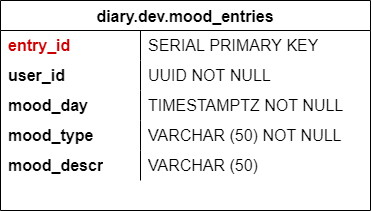
Earlier version of the draw.io export docs/db.png (mindtastic/mood-diary). Source tidied: cells renumbered, new cells last; positions are measured from the earlier drawing's top-left corner, leaving out a move shared by most shapes. Source of this version:
```xml
<mxGraphModel>
  <root>
    <mxCell id="0" />
    <mxCell id="1" parent="0" />
    <mxCell id="2" value="diary.dev.mood_entries" style="shape=table;startSize=30;rowLines=0;fontStyle=1;fontSize=16;fontColor=#000000;" parent="1" vertex="1">
      <mxGeometry width="370" height="210" as="geometry" />
    </mxCell>
    <mxCell id="3" style="shape=tableRow;horizontal=0;startSize=0;swimlaneHead=0;swimlaneBody=0;top=0;left=0;bottom=0;right=0;fillColor=none;fontSize=16;fontColor=#000000;" parent="2" vertex="1">
      <mxGeometry y="30" width="370" height="30" as="geometry" />
    </mxCell>
    <mxCell id="4" value="entry_id" style="shape=partialRectangle;html=1;whiteSpace=wrap;fillColor=none;top=0;left=0;bottom=0;right=0;overflow=hidden;fontSize=16;fontColor=#CC0000;align=left;spacingLeft=6;fontStyle=1;" parent="3" vertex="1">
      <mxGeometry width="140" height="30" as="geometry" />
    </mxCell>
    <mxCell id="5" value="SERIAL PRIMARY KEY" style="shape=partialRectangle;html=1;whiteSpace=wrap;fillColor=none;top=0;left=0;bottom=0;right=0;align=left;spacingLeft=6;overflow=hidden;fontSize=16;fontColor=#000000;" parent="3" vertex="1">
      <mxGeometry x="140" width="230" height="30" as="geometry" />
    </mxCell>
    <mxCell id="6" style="shape=tableRow;horizontal=0;startSize=0;swimlaneHead=0;swimlaneBody=0;top=0;left=0;bottom=0;right=0;fillColor=none;fontSize=16;fontColor=#000000;" parent="2" vertex="1">
      <mxGeometry y="60" width="370" height="30" as="geometry" />
    </mxCell>
    <mxCell id="7" value="user_id" style="shape=partialRectangle;html=1;whiteSpace=wrap;fillColor=none;top=0;left=0;bottom=0;right=0;overflow=hidden;fontSize=16;fontColor=#000000;align=left;spacingLeft=6;fontStyle=1;" parent="6" vertex="1">
      <mxGeometry width="140" height="30" as="geometry" />
    </mxCell>
    <mxCell id="8" value="UUID NOT NULL" style="shape=partialRectangle;html=1;whiteSpace=wrap;fillColor=none;top=0;left=0;bottom=0;right=0;align=left;spacingLeft=6;overflow=hidden;fontSize=16;fontColor=#000000;" parent="6" vertex="1">
      <mxGeometry x="140" width="230" height="30" as="geometry" />
    </mxCell>
    <mxCell id="9" style="shape=tableRow;horizontal=0;startSize=0;swimlaneHead=0;swimlaneBody=0;top=0;left=0;bottom=0;right=0;fillColor=none;fontSize=16;fontColor=#000000;" parent="2" vertex="1">
      <mxGeometry y="90" width="370" height="30" as="geometry" />
    </mxCell>
    <mxCell id="10" value="mood_day" style="shape=partialRectangle;html=1;whiteSpace=wrap;fillColor=none;top=0;left=0;bottom=0;right=0;overflow=hidden;fontSize=16;fontColor=#000000;align=left;spacingLeft=6;fontStyle=1;" parent="9" vertex="1">
      <mxGeometry width="140" height="30" as="geometry" />
    </mxCell>
    <mxCell id="11" value="TIMESTAMPTZ NOT NULL" style="shape=partialRectangle;html=1;whiteSpace=wrap;fillColor=none;top=0;left=0;bottom=0;right=0;align=left;spacingLeft=6;overflow=hidden;fontSize=16;fontColor=#000000;" parent="9" vertex="1">
      <mxGeometry x="140" width="230" height="30" as="geometry" />
    </mxCell>
    <mxCell id="12" style="shape=tableRow;horizontal=0;startSize=0;swimlaneHead=0;swimlaneBody=0;top=0;left=0;bottom=0;right=0;fillColor=none;fontSize=16;fontColor=#000000;" parent="2" vertex="1">
      <mxGeometry y="120" width="370" height="30" as="geometry" />
    </mxCell>
    <mxCell id="13" value="mood_type" style="shape=partialRectangle;html=1;whiteSpace=wrap;fillColor=none;top=0;left=0;bottom=0;right=0;overflow=hidden;fontSize=16;fontColor=#000000;align=left;spacingLeft=6;fontStyle=1;" parent="12" vertex="1">
      <mxGeometry width="140" height="30" as="geometry" />
    </mxCell>
    <mxCell id="14" value="VARCHAR (50) NOT NULL" style="shape=partialRectangle;html=1;whiteSpace=wrap;fillColor=none;top=0;left=0;bottom=0;right=0;align=left;spacingLeft=6;overflow=hidden;fontSize=16;fontColor=#000000;" parent="12" vertex="1">
      <mxGeometry x="140" width="230" height="30" as="geometry" />
    </mxCell>
    <mxCell id="15" style="shape=tableRow;horizontal=0;startSize=0;swimlaneHead=0;swimlaneBody=0;top=0;left=0;bottom=0;right=0;fillColor=none;fontSize=16;fontColor=#000000;" parent="2" vertex="1">
      <mxGeometry y="150" width="370" height="30" as="geometry" />
    </mxCell>
    <mxCell id="16" value="mood_descr" style="shape=partialRectangle;html=1;whiteSpace=wrap;fillColor=none;top=0;left=0;bottom=0;right=0;overflow=hidden;fontSize=16;fontColor=#000000;align=left;spacingLeft=6;fontStyle=1;" parent="15" vertex="1">
      <mxGeometry width="140" height="30" as="geometry" />
    </mxCell>
    <mxCell id="17" value="VARCHAR (50)" style="shape=partialRectangle;html=1;whiteSpace=wrap;fillColor=none;top=0;left=0;bottom=0;right=0;align=left;spacingLeft=6;overflow=hidden;fontSize=16;fontColor=#000000;" parent="15" vertex="1">
      <mxGeometry x="140" width="230" height="30" as="geometry" />
    </mxCell>
  </root>
</mxGraphModel>
```
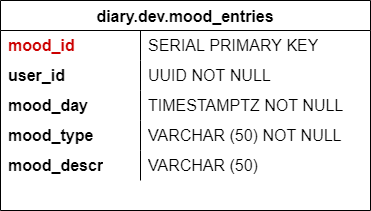
After the commit.

What changed in the source:
```diff
@@ -8,7 +8,7 @@
     <mxCell id="3" style="shape=tableRow;horizontal=0;startSize=0;swimlaneHead=0;swimlaneBody=0;top=0;left=0;bottom=0;right=0;fillColor=none;fontSize=16;fontColor=#000000;" parent="2" vertex="1">
       <mxGeometry y="30" width="370" height="30" as="geometry" />
     </mxCell>
-    <mxCell id="4" value="entry_id" style="shape=partialRectangle;html=1;whiteSpace=wrap;fillColor=none;top=0;left=0;bottom=0;right=0;overflow=hidden;fontSize=16;fontColor=#CC0000;align=left;spacingLeft=6;fontStyle=1;" parent="3" vertex="1">
+    <mxCell id="4" value="mood_id" style="shape=partialRectangle;html=1;whiteSpace=wrap;fillColor=none;top=0;left=0;bottom=0;right=0;overflow=hidden;fontSize=16;fontColor=#CC0000;align=left;spacingLeft=6;fontStyle=1;" parent="3" vertex="1">
       <mxGeometry width="140" height="30" as="geometry" />
     </mxCell>
     <mxCell id="5" value="SERIAL PRIMARY KEY" style="shape=partialRectangle;html=1;whiteSpace=wrap;fillColor=none;top=0;left=0;bottom=0;right=0;align=left;spacingLeft=6;overflow=hidden;fontSize=16;fontColor=#000000;" parent="3" vertex="1">
```
